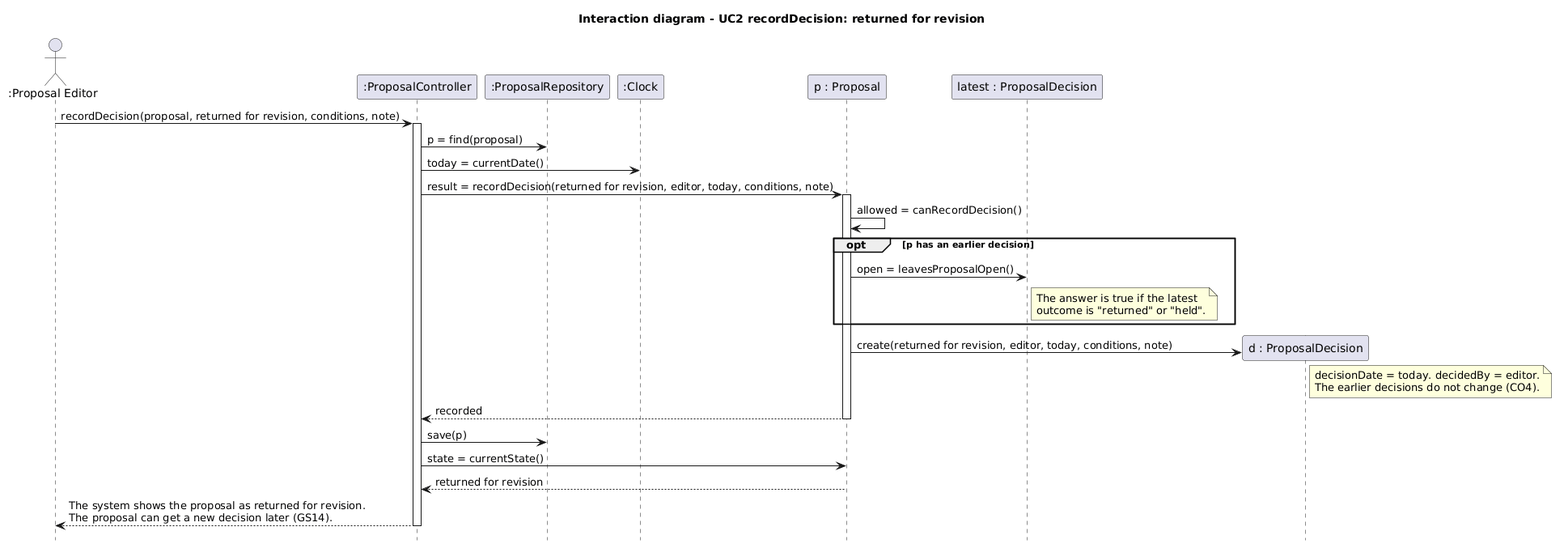
JanArnoCoetzer/Local-Podcast-Production-Service-myrepo keeps this PlantUML diagram as Diagrams/Object_Interaction_Diagrams/OID_UC2_Returned.png. Above is the earlier version. Its diagram source:
```plantuml
@startuml
title Interaction diagram - UC2 recordDecision: returned for revision
hide footbox

actor ":Proposal Editor" as PE
participant ":ProposalController" as PCtl
participant ":ProposalRepository" as Repo
participant ":Clock" as Clk
participant "p : Proposal" as P
participant "latest : ProposalDecision" as L
participant "d : ProposalDecision" as D

PE -> PCtl : recordDecision(proposal, returned for revision, conditions, note)
activate PCtl
PCtl -> Repo : p = find(proposal)
PCtl -> Clk : today = currentDate()
PCtl -> P : result = recordDecision(returned for revision, editor, today, conditions, note)
activate P
P -> P : allowed = canRecordDecision()
opt p has an earlier decision
  P -> L : open = leavesProposalOpen()
  note right of L : The answer is true if the latest\noutcome is "returned" or "held".
end
P -> D ** : create(returned for revision, editor, today, conditions, note)
note right of D
  decisionDate = today. decidedBy = editor.
  The earlier decisions do not change (CO4).
end note
P --> PCtl : recorded
deactivate P
PCtl -> Repo : save(p)
PCtl -> P : state = currentState()
P --> PCtl : returned for revision
PCtl --> PE : The system shows the proposal as returned for revision.\nThe proposal can get a new decision later (GS14).
deactivate PCtl
@enduml
```
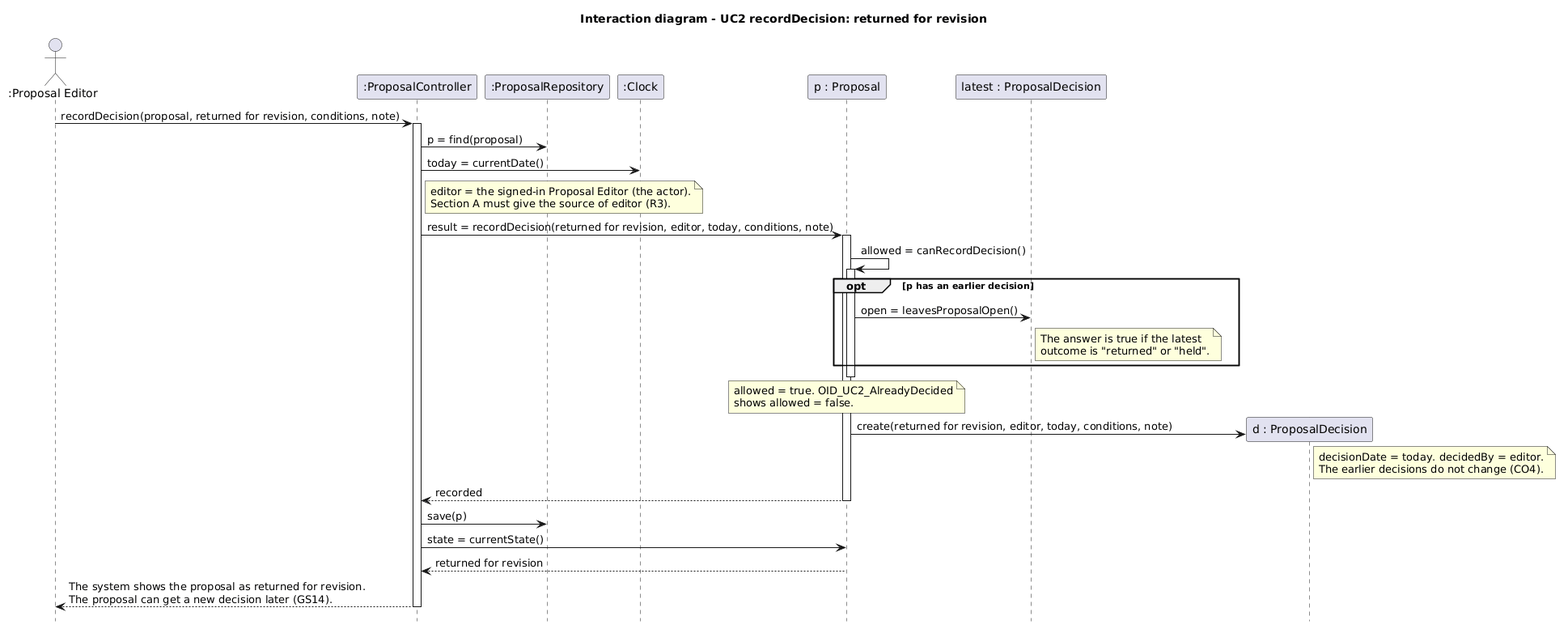
Later version of the same file.

Change to the diagram source:
```diff
@@ -14,13 +14,20 @@
 activate PCtl
 PCtl -> Repo : p = find(proposal)
 PCtl -> Clk : today = currentDate()
+note right of PCtl
+  editor = the signed-in Proposal Editor (the actor).
+  Section A must give the source of editor (R3).
+end note
 PCtl -> P : result = recordDecision(returned for revision, editor, today, conditions, note)
 activate P
 P -> P : allowed = canRecordDecision()
+activate P
 opt p has an earlier decision
   P -> L : open = leavesProposalOpen()
   note right of L : The answer is true if the latest\noutcome is "returned" or "held".
 end
+deactivate P
+note over P : allowed = true. OID_UC2_AlreadyDecided\nshows allowed = false.
 P -> D ** : create(returned for revision, editor, today, conditions, note)
 note right of D
   decisionDate = today. decidedBy = editor.
```
